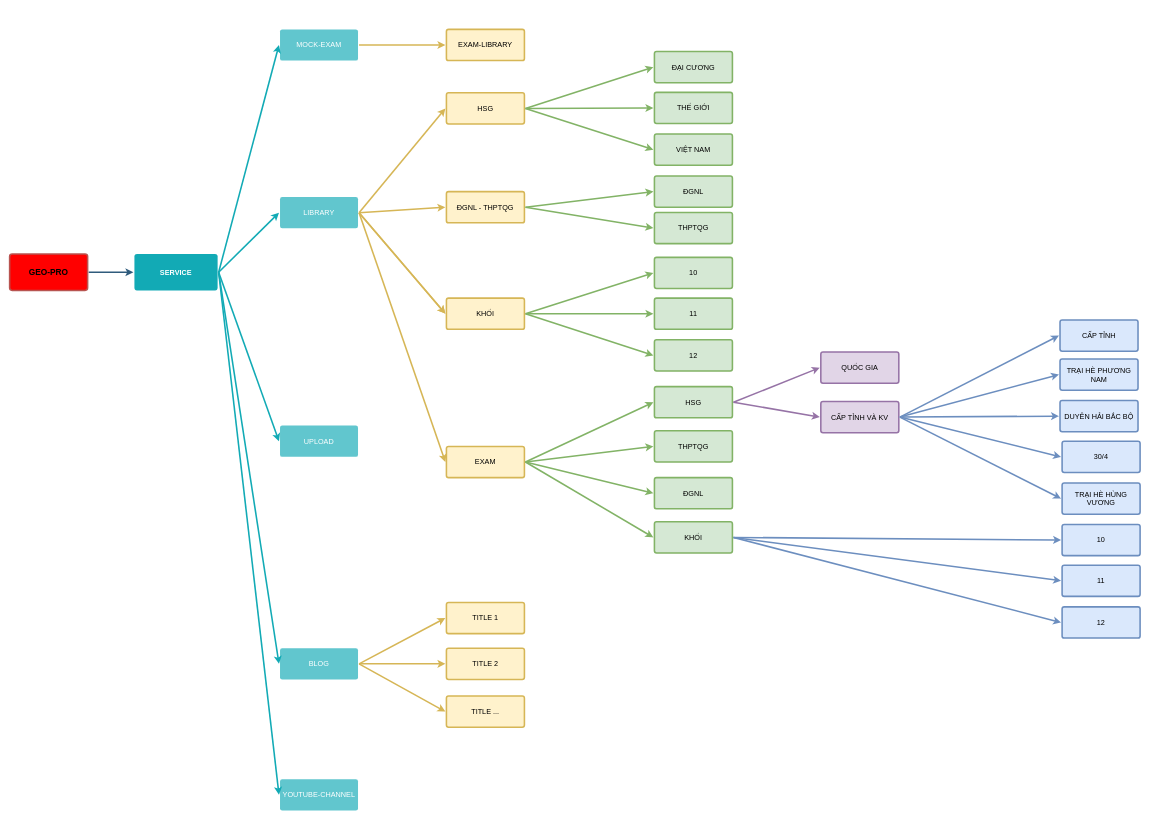
GEO-PRO/.github keeps this draw.io diagram as diagram-system.drawio. Above is the earlier version. Source tidied: cells renumbered, new cells numbered last; positions are measured from the earlier drawing's top-left corner, leaving out a move shared by most shapes. Both pictures are drawn from the tidied source at 52%, with x=0, y=0 at pixel (9, 29).
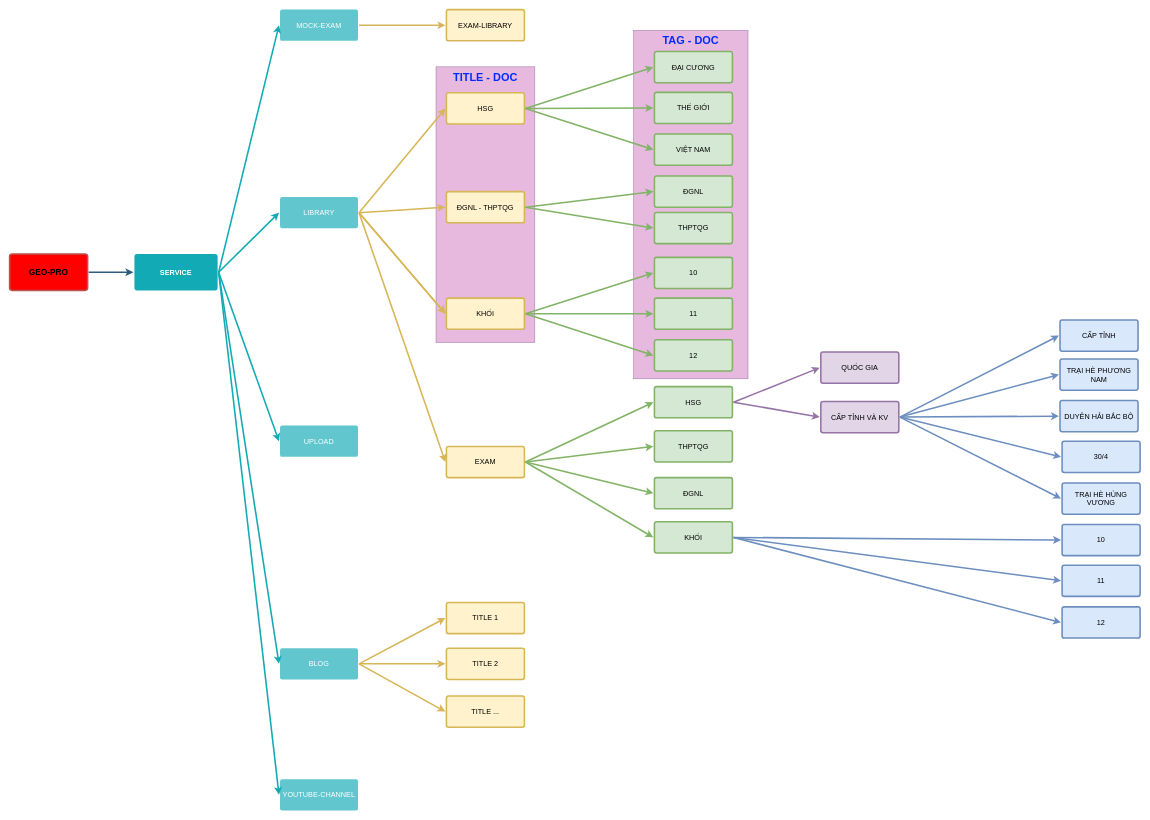
The same diagram, later.

Commit message:
feat: add title document

Diff of the diagram source:
```diff
@@
+    <mxCell id="76" value="TAG - DOC" style="rounded=0;whiteSpace=wrap;html=1;fillColor=#E7B9DF;strokeColor=#9673a6;verticalAlign=top;fontStyle=1;fontSize=21;fontColor=#002AFF;" parent="1" vertex="1">
+      <mxGeometry x="1200" y="2" width="220" height="670" as="geometry" />
+    </mxCell>
+    <mxCell id="77" value="TITLE - DOC" style="rounded=0;whiteSpace=wrap;html=1;fillColor=#E7B9DF;strokeColor=#9673a6;verticalAlign=top;fontStyle=1;fontSize=21;fontColor=#002AFF;" parent="1" vertex="1">
+      <mxGeometry x="820" y="72" width="190" height="530" as="geometry" />
+    </mxCell>
@@
     <mxCell id="11" value="MOCK-EXAM" style="rounded=1;whiteSpace=wrap;html=1;shadow=0;labelBackgroundColor=none;strokeColor=none;strokeWidth=3;fillColor=#61c6ce;fontFamily=Helvetica;fontSize=14;fontColor=#FFFFFF;align=center;spacing=5;fontStyle=0;arcSize=7;perimeterSpacing=2;" parent="1" vertex="1">
-      <mxGeometry x="520" width="150" height="60" as="geometry" />
+      <mxGeometry x="520" y="-38" width="150" height="60" as="geometry" />
     </mxCell>
@@
     <mxCell id="16" value="EXAM-LIBRARY" style="rounded=1;whiteSpace=wrap;html=1;shadow=0;labelBackgroundColor=none;strokeColor=#d6b656;strokeWidth=3;fillColor=#fff2cc;fontFamily=Helvetica;fontSize=14;align=center;spacing=5;fontStyle=0;arcSize=7;perimeterSpacing=2;" parent="1" vertex="1">
-      <mxGeometry x="840" width="150" height="60" as="geometry" />
+      <mxGeometry x="840" y="-38" width="150" height="60" as="geometry" />
     </mxCell>
```
